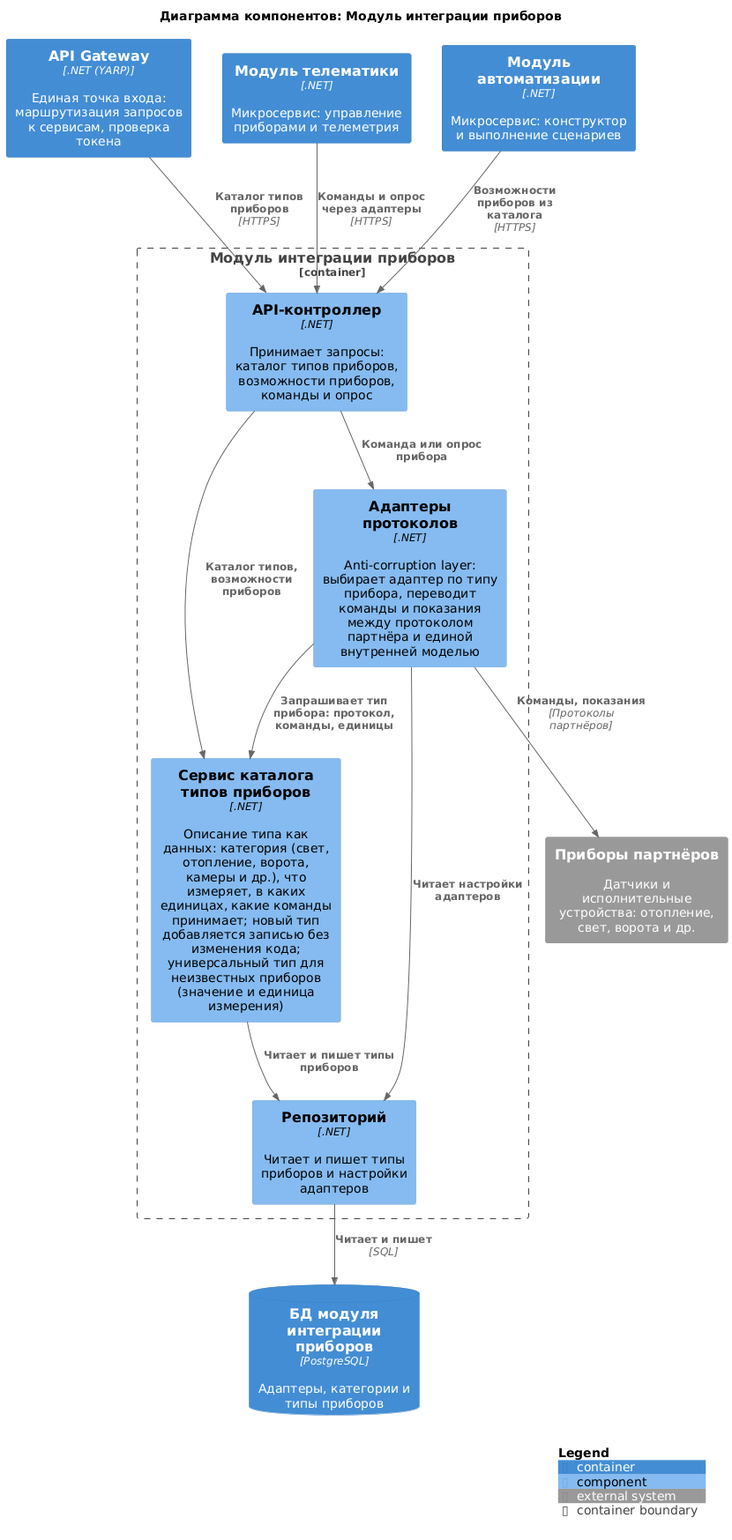
Before: diagrams/components/device-integration.png, a diagram exported from PlantUML (Lyamin-av/architecture-warmhouse).
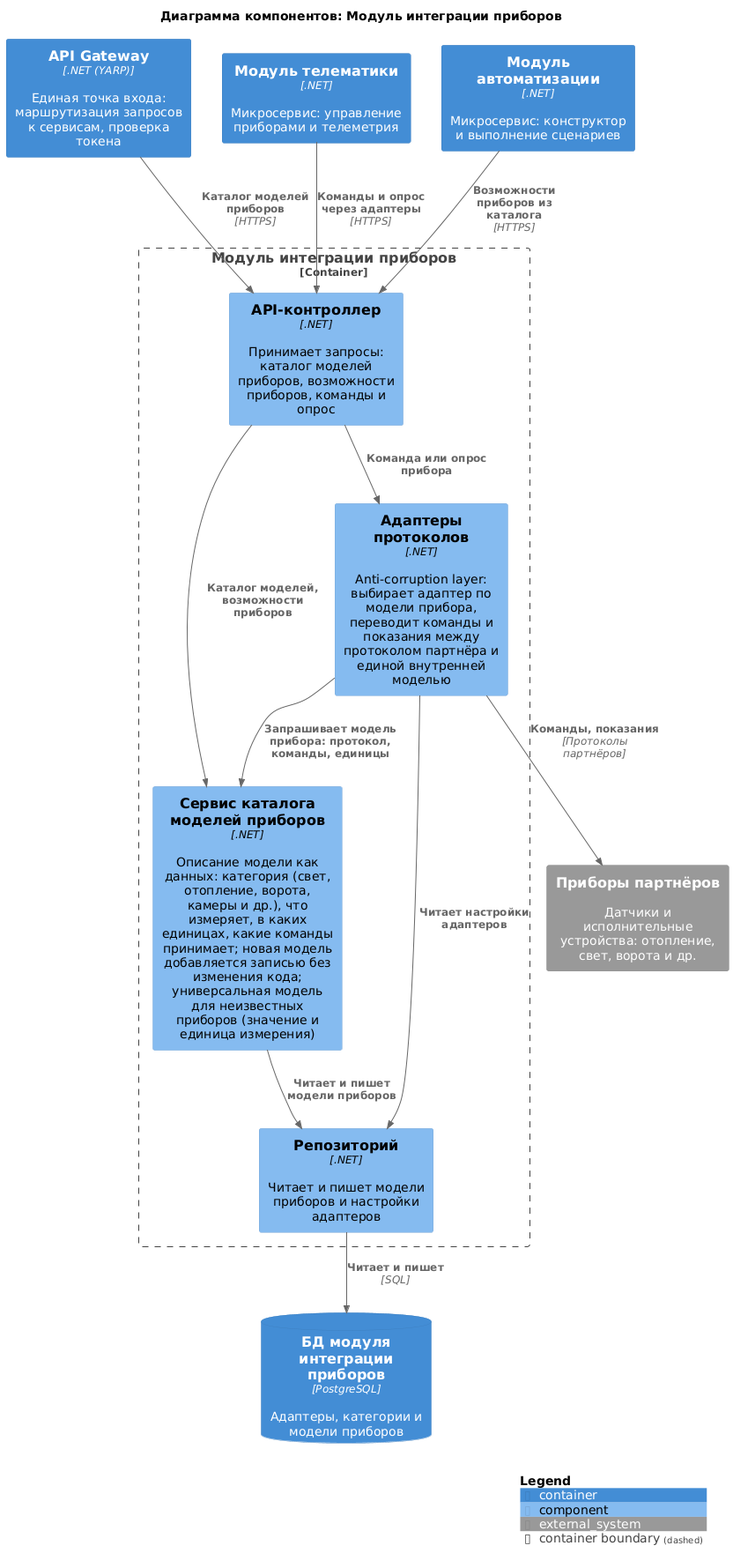
Later version of the same file.

Diff of the diagram source:
```diff
@@ -7,25 +7,25 @@
 Container(Telematics, "Модуль телематики", ".NET", "Микросервис: управление приборами и телеметрия")
 Container(Automation, "Модуль автоматизации", ".NET", "Микросервис: конструктор и выполнение сценариев")
 System_Ext(devices, "Приборы партнёров", "Датчики и исполнительные устройства: отопление, свет, ворота и др.")
-ContainerDb(dbDIS, "БД модуля интеграции приборов", "PostgreSQL", "Адаптеры, категории и типы приборов")
+ContainerDb(dbDIS, "БД модуля интеграции приборов", "PostgreSQL", "Адаптеры, категории и модели приборов")
 
 Container_Boundary(DeviceIntegration, "Модуль интеграции приборов") {
-    Component(api, "API-контроллер", ".NET", "Принимает запросы: каталог типов приборов, возможности приборов, команды и опрос")
-    Component(catalog, "Сервис каталога типов приборов", ".NET", "Описание типа как данных: категория (свет, отопление, ворота, камеры и др.), что измеряет, в каких единицах, какие команды принимает; новый тип добавляется записью без изменения кода; универсальный тип для неизвестных приборов (значение и единица измерения)")
-    Component(adapters, "Адаптеры протоколов", ".NET", "Anti-corruption layer: выбирает адаптер по типу прибора, переводит команды и показания между протоколом партнёра и единой внутренней моделью")
-    Component(repo, "Репозиторий", ".NET", "Читает и пишет типы приборов и настройки адаптеров")
+    Component(api, "API-контроллер", ".NET", "Принимает запросы: каталог моделей приборов, возможности приборов, команды и опрос")
+    Component(catalog, "Сервис каталога моделей приборов", ".NET", "Описание модели как данных: категория (свет, отопление, ворота, камеры и др.), что измеряет, в каких единицах, какие команды принимает; новая модель добавляется записью без изменения кода; универсальная модель для неизвестных приборов (значение и единица измерения)")
+    Component(adapters, "Адаптеры протоколов", ".NET", "Anti-corruption layer: выбирает адаптер по модели прибора, переводит команды и показания между протоколом партнёра и единой внутренней моделью")
+    Component(repo, "Репозиторий", ".NET", "Читает и пишет модели приборов и настройки адаптеров")
 }
 
-Rel(Gateway, api, "Каталог типов приборов", "HTTPS")
+Rel(Gateway, api, "Каталог моделей приборов", "HTTPS")
 Rel(Telematics, api, "Команды и опрос через адаптеры", "HTTPS")
 Rel(Automation, api, "Возможности приборов из каталога", "HTTPS")
 
-Rel(api, catalog, "Каталог типов, возможности приборов")
+Rel(api, catalog, "Каталог моделей, возможности приборов")
 Rel(api, adapters, "Команда или опрос прибора")
-Rel(adapters, catalog, "Запрашивает тип прибора: протокол, команды, единицы")
+Rel(adapters, catalog, "Запрашивает модель прибора: протокол, команды, единицы")
 Rel(adapters, devices, "Команды, показания", "Протоколы партнёров")
 
-Rel(catalog, repo, "Читает и пишет типы приборов")
+Rel(catalog, repo, "Читает и пишет модели приборов")
 Rel(adapters, repo, "Читает настройки адаптеров")
 Rel(repo, dbDIS, "Читает и пишет", "SQL")
 
```
